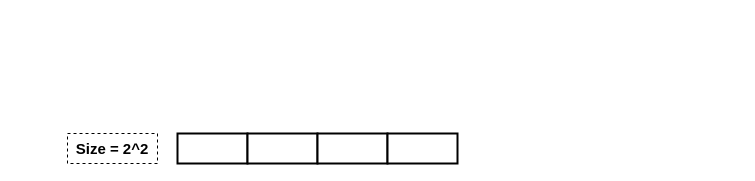
Before: page "Disruptor" (3 of 3) of presentation.drawio in karlchan-cn/drawio-repository, a draw.io diagram. Source tidied: cells renumbered, new cells numbered last; positions are measured from the earlier drawing's top-left corner, leaving out a move shared by most shapes. Both pictures are drawn from the tidied source at 100%, with x=0, y=0 at pixel (67, 133).
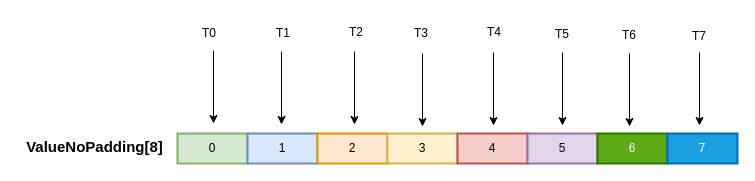
Above is the later version.

Change to the diagram source:
```diff
@@
-    <mxCell id="2" style="rounded=0;whiteSpace=wrap;html=1;strokeWidth=2;" parent="1" vertex="1">
+    <mxCell id="2" value="0" style="rounded=0;whiteSpace=wrap;html=1;strokeWidth=2;fillColor=#d5e8d4;strokeColor=#82b366;" parent="1" vertex="1">
       <mxGeometry x="110" width="70" height="30" as="geometry" />
     </mxCell>
-    <mxCell id="3" style="rounded=0;whiteSpace=wrap;html=1;strokeWidth=2;" parent="1" vertex="1">
+    <mxCell id="3" value="1" style="rounded=0;whiteSpace=wrap;html=1;strokeWidth=2;fillColor=#dae8fc;strokeColor=#6c8ebf;" parent="1" vertex="1">
       <mxGeometry x="180" width="70" height="30" as="geometry" />
     </mxCell>
-    <mxCell id="4" style="rounded=0;whiteSpace=wrap;html=1;strokeWidth=2;" parent="1" vertex="1">
+    <mxCell id="4" value="2" style="rounded=0;whiteSpace=wrap;html=1;strokeWidth=2;fillColor=#ffe6cc;strokeColor=#d79b00;" parent="1" vertex="1">
       <mxGeometry x="250" width="70" height="30" as="geometry" />
     </mxCell>
-    <mxCell id="5" style="rounded=0;whiteSpace=wrap;html=1;strokeWidth=2;" parent="1" vertex="1">
+    <mxCell id="5" value="3" style="rounded=0;whiteSpace=wrap;html=1;strokeWidth=2;fillColor=#fff2cc;strokeColor=#d6b656;" parent="1" vertex="1">
       <mxGeometry x="320" width="70" height="30" as="geometry" />
     </mxCell>
-    <mxCell id="6" value="Size = 2^2" style="text;html=1;align=center;verticalAlign=middle;whiteSpace=wrap;rounded=0;fontSize=15;fontStyle=1;strokeColor=default;dashed=1;" parent="1" vertex="1">
-      <mxGeometry width="90" height="30" as="geometry" />
+    <mxCell id="6" value="ValueNoPadding[8]" style="text;html=1;align=center;verticalAlign=middle;whiteSpace=wrap;rounded=0;fontSize=15;fontStyle=1;strokeColor=none;dashed=1;fillColor=none;" parent="1" vertex="1">
+      <mxGeometry x="-50" y="-2" width="155" height="30" as="geometry" />
     </mxCell>
+    <mxCell id="7" value="4" style="rounded=0;whiteSpace=wrap;html=1;strokeWidth=2;fillColor=#f8cecc;strokeColor=#b85450;" parent="1" vertex="1">
+      <mxGeometry x="390" width="70" height="30" as="geometry" />
+    </mxCell>
+    <mxCell id="8" value="5" style="rounded=0;whiteSpace=wrap;html=1;strokeWidth=2;fillColor=#e1d5e7;strokeColor=#9673a6;" parent="1" vertex="1">
+      <mxGeometry x="460" width="70" height="30" as="geometry" />
+    </mxCell>
+    <mxCell id="9" value="6" style="rounded=0;whiteSpace=wrap;html=1;strokeWidth=2;fillColor=#60a917;strokeColor=#2D7600;fontColor=#ffffff;" parent="1" vertex="1">
+      <mxGeometry x="530" width="70" height="30" as="geometry" />
+    </mxCell>
+    <mxCell id="10" value="7" style="rounded=0;whiteSpace=wrap;html=1;strokeWidth=2;fillColor=#1ba1e2;strokeColor=#006EAF;fontColor=#ffffff;" parent="1" vertex="1">
+      <mxGeometry x="600" width="70" height="30" as="geometry" />
+    </mxCell>
+    <mxCell id="11" style="endArrow=classic;html=1;rounded=0;" parent="1" edge="1">
+      <mxGeometry relative="1" as="geometry">
+        <mxPoint x="146" y="-83" as="sourcePoint" />
+        <mxPoint x="146" y="-10" as="targetPoint" />
+      </mxGeometry>
+    </mxCell>
+    <mxCell id="12" style="endArrow=classic;html=1;rounded=0;" parent="1" edge="1">
+      <mxGeometry relative="1" as="geometry">
+        <mxPoint x="214" y="-82" as="sourcePoint" />
+        <mxPoint x="214" y="-9" as="targetPoint" />
+      </mxGeometry>
+    </mxCell>
+    <mxCell id="13" style="endArrow=classic;html=1;rounded=0;" parent="1" edge="1">
+      <mxGeometry relative="1" as="geometry">
+        <mxPoint x="287" y="-82" as="sourcePoint" />
+        <mxPoint x="287" y="-9" as="targetPoint" />
+      </mxGeometry>
+    </mxCell>
+    <mxCell id="14" style="endArrow=classic;html=1;rounded=0;" parent="1" edge="1">
+      <mxGeometry relative="1" as="geometry">
+        <mxPoint x="355" y="-80" as="sourcePoint" />
+        <mxPoint x="355" y="-7" as="targetPoint" />
+      </mxGeometry>
+    </mxCell>
+    <mxCell id="15" style="endArrow=classic;html=1;rounded=0;" parent="1" edge="1">
+      <mxGeometry relative="1" as="geometry">
+        <mxPoint x="426" y="-81" as="sourcePoint" />
+        <mxPoint x="426" y="-8" as="targetPoint" />
+      </mxGeometry>
+    </mxCell>
+    <mxCell id="16" style="endArrow=classic;html=1;rounded=0;" parent="1" edge="1">
+      <mxGeometry relative="1" as="geometry">
+        <mxPoint x="495" y="-81" as="sourcePoint" />
+        <mxPoint x="495" y="-8" as="targetPoint" />
+      </mxGeometry>
+    </mxCell>
+    <mxCell id="17" style="endArrow=classic;html=1;rounded=0;" parent="1" edge="1">
+      <mxGeometry relative="1" as="geometry">
+        <mxPoint x="562" y="-80" as="sourcePoint" />
+        <mxPoint x="562" y="-7" as="targetPoint" />
+      </mxGeometry>
+    </mxCell>
+    <mxCell id="18" style="endArrow=classic;html=1;rounded=0;" parent="1" edge="1">
+      <mxGeometry relative="1" as="geometry">
+        <mxPoint x="632" y="-81" as="sourcePoint" />
+        <mxPoint x="632" y="-8" as="targetPoint" />
+      </mxGeometry>
+    </mxCell>
+    <mxCell id="19" value="T0" style="text;html=1;align=center;verticalAlign=middle;whiteSpace=wrap;rounded=0;" parent="1" vertex="1">
+      <mxGeometry x="112" y="-115" width="60" height="30" as="geometry" />
+    </mxCell>
+    <mxCell id="20" value="T1" style="text;html=1;align=center;verticalAlign=middle;whiteSpace=wrap;rounded=0;" parent="1" vertex="1">
+      <mxGeometry x="186" y="-115" width="60" height="30" as="geometry" />
+    </mxCell>
+    <mxCell id="21" value="T2" style="text;html=1;align=center;verticalAlign=middle;whiteSpace=wrap;rounded=0;" parent="1" vertex="1">
+      <mxGeometry x="259" y="-116" width="60" height="30" as="geometry" />
+    </mxCell>
+    <mxCell id="22" value="T3" style="text;html=1;align=center;verticalAlign=middle;whiteSpace=wrap;rounded=0;" parent="1" vertex="1">
+      <mxGeometry x="324" y="-115" width="60" height="30" as="geometry" />
+    </mxCell>
+    <mxCell id="23" value="T4" style="text;html=1;align=center;verticalAlign=middle;whiteSpace=wrap;rounded=0;" parent="1" vertex="1">
+      <mxGeometry x="397" y="-116" width="60" height="30" as="geometry" />
+    </mxCell>
+    <mxCell id="24" value="T5" style="text;html=1;align=center;verticalAlign=middle;whiteSpace=wrap;rounded=0;" parent="1" vertex="1">
+      <mxGeometry x="465" y="-114" width="60" height="30" as="geometry" />
+    </mxCell>
+    <mxCell id="25" value="T6" style="text;html=1;align=center;verticalAlign=middle;whiteSpace=wrap;rounded=0;" parent="1" vertex="1">
+      <mxGeometry x="532" y="-113" width="60" height="30" as="geometry" />
+    </mxCell>
+    <mxCell id="26" value="T7" style="text;html=1;align=center;verticalAlign=middle;whiteSpace=wrap;rounded=0;" parent="1" vertex="1">
+      <mxGeometry x="602" y="-112" width="60" height="30" as="geometry" />
+    </mxCell>
```
